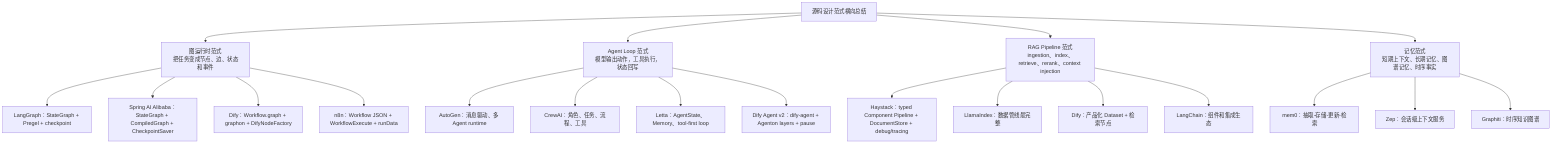
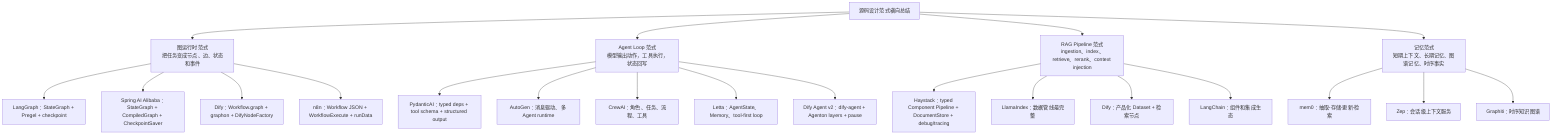
flowchart TB
    Pattern["源码设计范式横向总结"]
    Pattern --> Graph["图运行时范式<br/>把任务变成节点、边、状态和事件"]
    Graph --> LG["LangGraph：StateGraph + Pregel + checkpoint"]
    Graph --> SAA["Spring AI Alibaba：StateGraph + CompiledGraph + CheckpointSaver"]
    Graph --> DifyG["Dify：Workflow.graph + graphon + DifyNodeFactory"]
    Graph --> N8NG["n8n：Workflow JSON + WorkflowExecute + runData"]
    Pattern --> AgentLoop["Agent Loop 范式<br/>模型输出动作，工具执行，状态回写"]
+     AgentLoop --> PAI["PydanticAI：typed deps + tool schema + structured output"]
    AgentLoop --> Auto["AutoGen：消息驱动、多 Agent runtime"]
    AgentLoop --> Crew["CrewAI：角色、任务、流程、工具"]
    AgentLoop --> LettaP["Letta：AgentState、Memory、tool-first loop"]
    AgentLoop --> DifyA["Dify Agent v2：dify-agent + Agenton layers + pause"]
    Pattern --> RAG["RAG Pipeline 范式<br/>ingestion、index、retrieve、rerank、context injection"]
    RAG --> HS["Haystack：typed Component Pipeline + DocumentStore + debug/tracing"]
    RAG --> LI["LlamaIndex：数据管线最完整"]
    RAG --> DifyR["Dify：产品化 Dataset + 检索节点"]
    RAG --> LCR["LangChain：组件和集成生态"]
    Pattern --> MemoryP["记忆范式<br/>短期上下文、长期记忆、图谱记忆、时序事实"]
    MemoryP --> M0["mem0：抽取-存储-更新-检索"]
    MemoryP --> Z["Zep：会话级上下文服务"]
    MemoryP --> G["Graphiti：时序知识图谱"]
